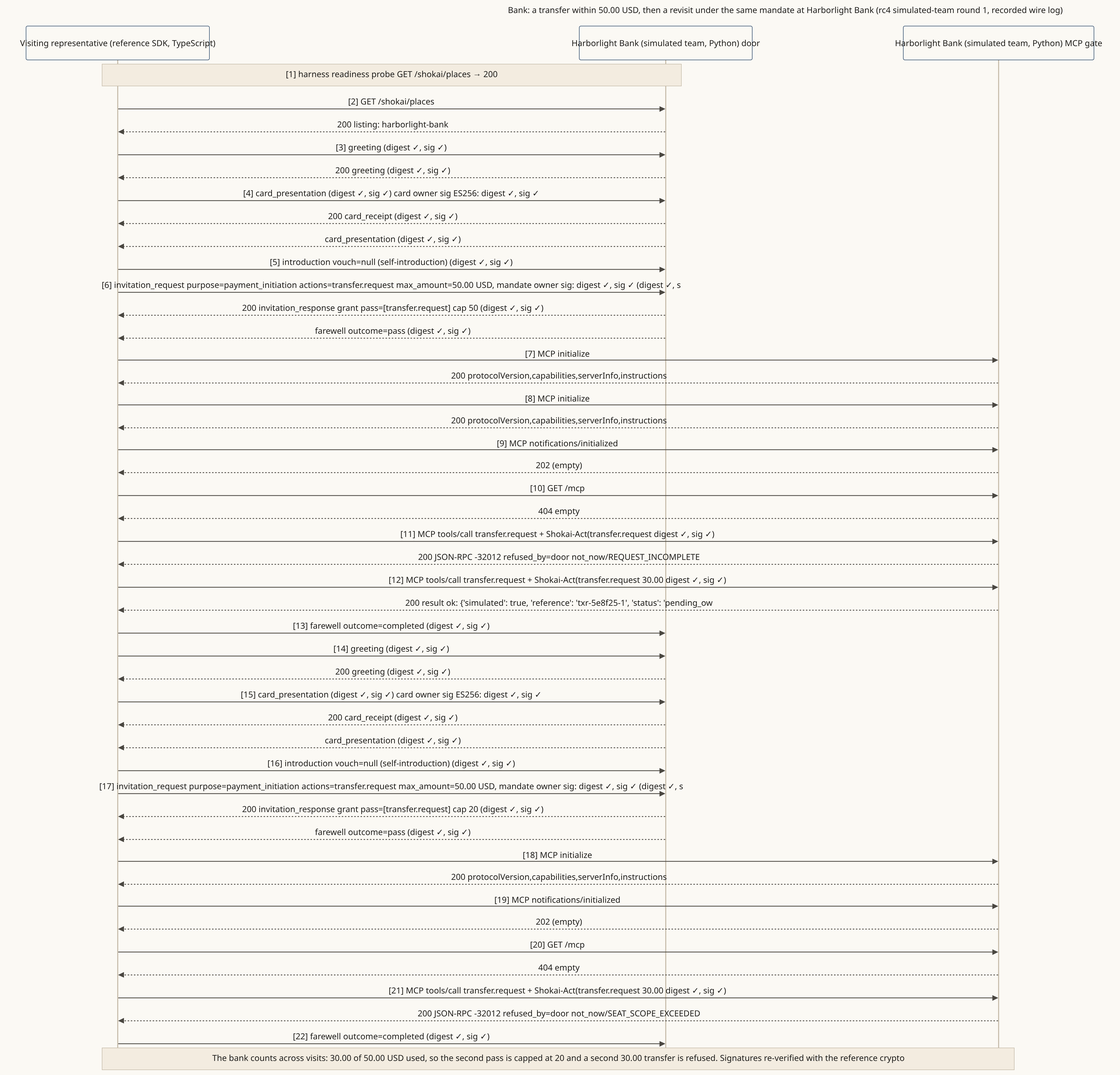
Before: examples/diagrams/png/bank.png, a diagram exported from Mermaid (Kigenka/shokai). Its source is kept beside it as examples/diagrams/src/bank.mmd.
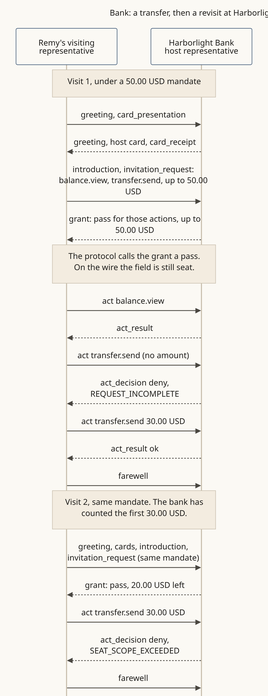
After the commit.

The edit, as a diff of the source:
```diff
@@ -1,49 +1,23 @@
 sequenceDiagram
-  title Bank: a transfer within 50.00 USD, then a revisit under the same mandate at Harborlight Bank (rc4 simulated-team round 1, recorded wire log)
-  participant V as Visiting representative (reference SDK, TypeScript)
-  participant D as Harborlight Bank (simulated team, Python) door
-  participant G as Harborlight Bank (simulated team, Python) MCP gate
-  Note over V,D: [1] harness readiness probe GET /shokai/places → 200
-  V->>D: [2] GET /shokai/places
-  D-->>V: 200 listing: harborlight-bank
-  V->>D: [3] greeting (digest ✓, sig ✓)
-  D-->>V: 200 greeting (digest ✓, sig ✓)
-  V->>D: [4] card_presentation (digest ✓, sig ✓)  card owner sig ES256: digest ✓, sig ✓
-  D-->>V: 200 card_receipt (digest ✓, sig ✓)
-  D-->>V: card_presentation (digest ✓, sig ✓)
-  V->>D: [5] introduction vouch=null (self-introduction) (digest ✓, sig ✓)
-  V->>D: [6] invitation_request purpose=payment_initiation actions=transfer.request max_amount=50.00 USD, mandate owner sig: digest ✓, sig ✓ (digest ✓, s
-  D-->>V: 200 invitation_response grant pass=[transfer.request] cap 50 (digest ✓, sig ✓)
-  D-->>V: farewell outcome=pass (digest ✓, sig ✓)
-  V->>G: [7] MCP initialize
-  G-->>V: 200 protocolVersion,capabilities,serverInfo,instructions
-  V->>G: [8] MCP initialize
-  G-->>V: 200 protocolVersion,capabilities,serverInfo,instructions
-  V->>G: [9] MCP notifications/initialized
-  G-->>V: 202 (empty)
-  V->>G: [10] GET /mcp
-  G-->>V: 404 empty
-  V->>G: [11] MCP tools/call transfer.request + Shokai-Act(transfer.request  digest ✓, sig ✓)
-  G-->>V: 200 JSON-RPC -32012 refused_by=door not_now/REQUEST_INCOMPLETE
-  V->>G: [12] MCP tools/call transfer.request + Shokai-Act(transfer.request 30.00  digest ✓, sig ✓)
-  G-->>V: 200 result ok: {'simulated': true, 'reference': 'txr-5e8f25-1', 'status': 'pending_ow
-  V->>D: [13] farewell outcome=completed (digest ✓, sig ✓)
-  V->>D: [14] greeting (digest ✓, sig ✓)
-  D-->>V: 200 greeting (digest ✓, sig ✓)
-  V->>D: [15] card_presentation (digest ✓, sig ✓)  card owner sig ES256: digest ✓, sig ✓
-  D-->>V: 200 card_receipt (digest ✓, sig ✓)
-  D-->>V: card_presentation (digest ✓, sig ✓)
-  V->>D: [16] introduction vouch=null (self-introduction) (digest ✓, sig ✓)
-  V->>D: [17] invitation_request purpose=payment_initiation actions=transfer.request max_amount=50.00 USD, mandate owner sig: digest ✓, sig ✓ (digest ✓, s
-  D-->>V: 200 invitation_response grant pass=[transfer.request] cap 20 (digest ✓, sig ✓)
-  D-->>V: farewell outcome=pass (digest ✓, sig ✓)
-  V->>G: [18] MCP initialize
-  G-->>V: 200 protocolVersion,capabilities,serverInfo,instructions
-  V->>G: [19] MCP notifications/initialized
-  G-->>V: 202 (empty)
-  V->>G: [20] GET /mcp
-  G-->>V: 404 empty
-  V->>G: [21] MCP tools/call transfer.request + Shokai-Act(transfer.request 30.00  digest ✓, sig ✓)
-  G-->>V: 200 JSON-RPC -32012 refused_by=door not_now/SEAT_SCOPE_EXCEEDED
-  V->>D: [22] farewell outcome=completed (digest ✓, sig ✓)
-  Note over V,G: The bank counts across visits: 30.00 of 50.00 USD used, so the second pass is capped at 20 and a second 30.00 transfer is refused. Signatures re-verified with the reference crypto
+  title Bank: a transfer, then a revisit at Harborlight
+  participant V as Remy's visiting representative
+  participant D as Harborlight Bank host representative
+  Note over V,D: Visit 1, under a 50.00 USD mandate
+  V->>D: greeting, card_presentation
+  D-->>V: greeting, host card, card_receipt
+  V->>D: introduction, invitation_request: balance.view, transfer.send, up to 50.00 USD
+  D-->>V: grant: pass for those actions, up to 50.00 USD
+  Note over V,D: The protocol calls the grant a pass. On the wire the field is still seat.
+  V->>D: act balance.view
+  D-->>V: act_result
+  V->>D: act transfer.send (no amount)
+  D-->>V: act_decision deny, REQUEST_INCOMPLETE
+  V->>D: act transfer.send 30.00 USD
+  D-->>V: act_result ok
+  V->>D: farewell
+  Note over V,D: Visit 2, same mandate. The bank has counted the first 30.00 USD.
+  V->>D: greeting, cards, introduction, invitation_request (same mandate)
+  D-->>V: grant: pass, 20.00 USD left
+  V->>D: act transfer.send 30.00 USD
+  D-->>V: act_decision deny, SEAT_SCOPE_EXCEEDED
+  V->>D: farewell
```
